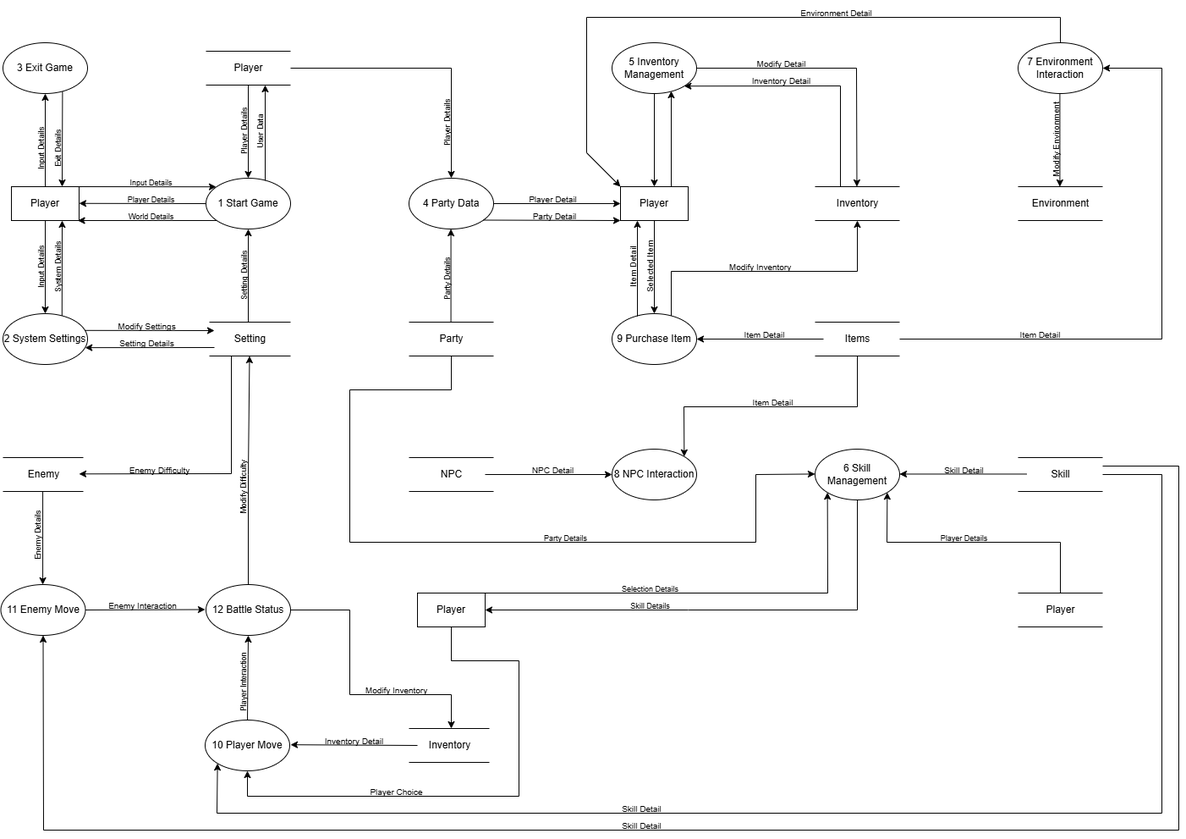
Earlier version of the draw.io export 01 Project Artefact/03 Design/DFD/DFD1.drawio.png (PrabalGurung/FYP-PrabalGurung). Source tidied: cells renumbered, new cells last; positions are measured from the earlier drawing's top-left corner, leaving out a move shared by most shapes.
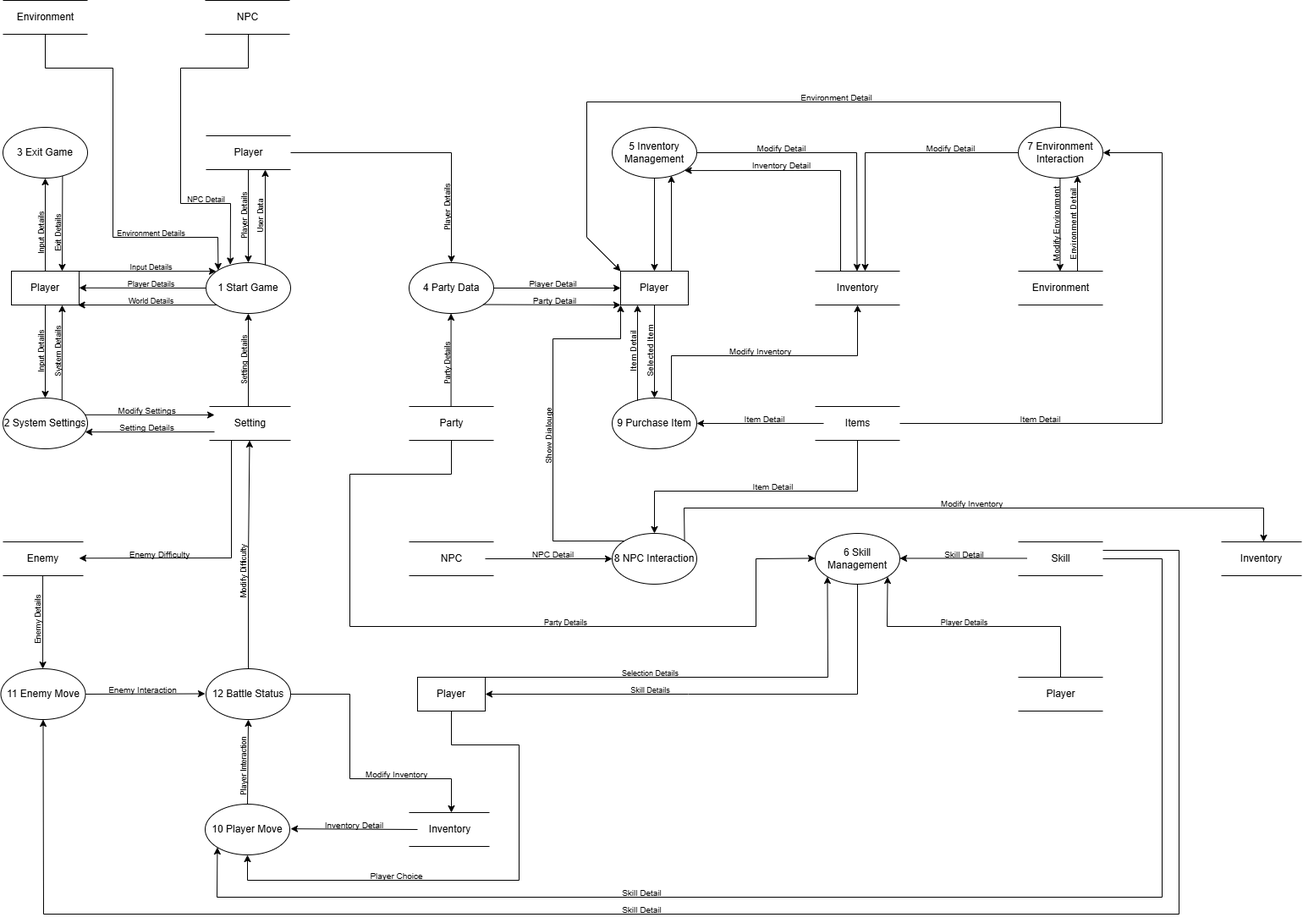
Later version of the same file.

The edit, as a diff of the source:
```diff
@@ -381,12 +381,12 @@
     <mxCell id="95" value="&lt;font size=&quot;1&quot;&gt;Modify Inventory&lt;/font&gt;" style="text;html=1;align=center;verticalAlign=middle;strokeColor=none;fillColor=none;" parent="1" vertex="1">
       <mxGeometry x="847" y="300" width="100" height="30" as="geometry" />
     </mxCell>
-    <mxCell id="96" style="endArrow=classic;html=1;rounded=0;entryX=1;entryY=0;entryDx=0;entryDy=0;" parent="1" edge="1" target="6">
+    <mxCell id="96" style="endArrow=classic;html=1;rounded=0;entryX=0.5;entryY=0;entryDx=0;entryDy=0;" parent="1" edge="1" target="6">
       <mxGeometry relative="1" as="geometry">
         <mxPoint x="1012" y="420" as="sourcePoint" />
         <Array as="points">
           <mxPoint x="1012" y="480" />
-          <mxPoint x="807" y="480" />
+          <mxPoint x="772" y="480" />
         </Array>
       </mxGeometry>
     </mxCell>
@@ -654,5 +654,131 @@
     <mxCell id="146" value="&lt;font size=&quot;1&quot;&gt;Skill Detail&lt;/font&gt;" style="text;html=1;align=center;verticalAlign=middle;strokeColor=none;fillColor=none;" parent="1" vertex="1">
       <mxGeometry x="722" y="960" width="70" height="30" as="geometry" />
     </mxCell>
+    <mxCell id="147" style="group;" parent="1" vertex="1">
+      <mxGeometry x="241" y="-100" width="120" height="40" as="geometry" />
+    </mxCell>
+    <mxCell id="148" style="endArrow=none;html=1;rounded=0;" parent="147" edge="1">
+      <mxGeometry relative="1" as="geometry">
+        <mxPoint as="sourcePoint" />
+        <mxPoint x="100" as="targetPoint" />
+      </mxGeometry>
+    </mxCell>
+    <mxCell id="149" style="endArrow=none;html=1;rounded=0;" parent="147" edge="1">
+      <mxGeometry relative="1" as="geometry">
+        <mxPoint y="40" as="sourcePoint" />
+        <mxPoint x="100" y="40" as="targetPoint" />
+      </mxGeometry>
+    </mxCell>
+    <mxCell id="150" value="NPC" style="text;html=1;align=center;verticalAlign=middle;strokeColor=none;fillColor=none;" parent="147" vertex="1">
+      <mxGeometry x="25" y="5" width="50" height="30" as="geometry" />
+    </mxCell>
+    <mxCell id="151" style="group;" parent="1" vertex="1">
+      <mxGeometry x="2" y="-100" width="100" height="40" as="geometry" />
+    </mxCell>
+    <mxCell id="152" style="endArrow=none;html=1;rounded=0;" parent="151" edge="1">
+      <mxGeometry relative="1" as="geometry">
+        <mxPoint as="sourcePoint" />
+        <mxPoint x="100" as="targetPoint" />
+      </mxGeometry>
+    </mxCell>
+    <mxCell id="153" style="endArrow=none;html=1;rounded=0;" parent="151" edge="1">
+      <mxGeometry relative="1" as="geometry">
+        <mxPoint y="40" as="sourcePoint" />
+        <mxPoint x="100" y="40" as="targetPoint" />
+      </mxGeometry>
+    </mxCell>
+    <mxCell id="154" value="Environment" style="text;html=1;align=center;verticalAlign=middle;points=[];strokeColor=none;fillColor=none;" parent="151" vertex="1">
+      <mxGeometry x="5" y="5" width="90" height="30" as="geometry" />
+    </mxCell>
+    <mxCell id="155" style="endArrow=classic;html=1;rounded=0;entryX=0;entryY=0;entryDx=0;entryDy=0;exitX=0.5;exitY=1.167;exitDx=0;exitDy=0;exitPerimeter=0;" parent="1" edge="1" source="154" target="3">
+      <mxGeometry relative="1" as="geometry">
+        <Array as="points">
+          <mxPoint x="52" y="-20" />
+          <mxPoint x="132" y="-20" />
+          <mxPoint x="132" y="180" />
+          <mxPoint x="256" y="180" />
+        </Array>
+      </mxGeometry>
+    </mxCell>
+    <mxCell id="156" style="endArrow=classic;html=1;rounded=0;entryX=0.287;entryY=0.041;entryDx=0;entryDy=0;entryPerimeter=0;" parent="1" edge="1" target="3">
+      <mxGeometry relative="1" as="geometry">
+        <mxPoint x="292" y="-60" as="sourcePoint" />
+        <Array as="points">
+          <mxPoint x="292" y="-20" />
+          <mxPoint x="212" y="-20" />
+          <mxPoint x="212" y="140" />
+          <mxPoint x="271" y="140" />
+        </Array>
+      </mxGeometry>
+    </mxCell>
+    <mxCell id="157" value="&lt;font style=&quot;font-size: 9px;&quot;&gt;Environment Details&lt;/font&gt;" style="text;html=1;align=center;verticalAlign=middle;strokeColor=none;fillColor=none;" parent="1" vertex="1">
+      <mxGeometry x="127" y="160" width="100" height="30" as="geometry" />
+    </mxCell>
+    <mxCell id="158" value="&lt;font style=&quot;font-size: 9px;&quot;&gt;NPC Detail&lt;/font&gt;" style="text;html=1;align=center;verticalAlign=middle;strokeColor=none;fillColor=none;" parent="1" vertex="1">
+      <mxGeometry x="207" y="120" width="70" height="30" as="geometry" />
+    </mxCell>
+    <mxCell id="159" style="endArrow=classic;html=1;rounded=0;exitX=0;exitY=0;exitDx=0;exitDy=0;" parent="1" edge="1" source="6">
+      <mxGeometry relative="1" as="geometry">
+        <mxPoint x="732" y="260" as="targetPoint" />
+        <Array as="points">
+          <mxPoint x="652" y="539" />
+          <mxPoint x="652" y="300" />
+          <mxPoint x="732" y="300" />
+        </Array>
+      </mxGeometry>
+    </mxCell>
+    <mxCell id="160" value="&lt;font size=&quot;1&quot;&gt;Show Dialouge&lt;/font&gt;" style="text;html=1;align=center;verticalAlign=middle;strokeColor=none;fillColor=none;rotation=-90;" parent="1" vertex="1">
+      <mxGeometry x="602" y="400" width="90" height="30" as="geometry" />
+    </mxCell>
+    <mxCell id="161" style="group;" parent="1" vertex="1">
+      <mxGeometry x="1442" y="540" width="95" height="40" as="geometry" />
+    </mxCell>
+    <mxCell id="162" style="endArrow=none;html=1;rounded=0;" parent="161" edge="1">
+      <mxGeometry relative="1" as="geometry">
+        <mxPoint as="sourcePoint" />
+        <mxPoint x="95" as="targetPoint" />
+      </mxGeometry>
+    </mxCell>
+    <mxCell id="163" style="endArrow=none;html=1;rounded=0;" parent="161" edge="1">
+      <mxGeometry relative="1" as="geometry">
+        <mxPoint y="40" as="sourcePoint" />
+        <mxPoint x="95" y="40" as="targetPoint" />
+      </mxGeometry>
+    </mxCell>
+    <mxCell id="164" value="Inventory" style="text;html=1;align=center;verticalAlign=middle;strokeColor=none;fillColor=none;" parent="161" vertex="1">
+      <mxGeometry x="14.2" y="5" width="66.5" height="30" as="geometry" />
+    </mxCell>
+    <mxCell id="165" style="endArrow=classic;html=1;rounded=0;exitX=1;exitY=0;exitDx=0;exitDy=0;" parent="1" edge="1" source="6">
+      <mxGeometry relative="1" as="geometry">
+        <mxPoint x="1492" y="540" as="targetPoint" />
+        <Array as="points">
+          <mxPoint x="807" y="500" />
+          <mxPoint x="1492" y="500" />
+        </Array>
+      </mxGeometry>
+    </mxCell>
+    <mxCell id="166" value="&lt;font size=&quot;1&quot;&gt;Modify Inventory&lt;/font&gt;" style="text;html=1;align=center;verticalAlign=middle;strokeColor=none;fillColor=none;" parent="1" vertex="1">
+      <mxGeometry x="1097" y="480" width="100" height="30" as="geometry" />
+    </mxCell>
+    <mxCell id="167" style="endArrow=classic;html=1;rounded=0;exitX=0;exitY=0.5;exitDx=0;exitDy=0;" parent="1" edge="1" source="7">
+      <mxGeometry relative="1" as="geometry">
+        <mxPoint x="1021" y="220" as="targetPoint" />
+        <Array as="points">
+          <mxPoint x="1021" y="80" />
+        </Array>
+      </mxGeometry>
+    </mxCell>
+    <mxCell id="168" value="&lt;font size=&quot;1&quot;&gt;Modify Detail&lt;/font&gt;" style="text;html=1;align=center;verticalAlign=middle;strokeColor=none;fillColor=none;" parent="1" vertex="1">
+      <mxGeometry x="1082" y="60" width="80" height="30" as="geometry" />
+    </mxCell>
+    <mxCell id="169" style="endArrow=classic;html=1;rounded=0;" parent="1" edge="1">
+      <mxGeometry relative="1" as="geometry">
+        <mxPoint x="1272" y="220" as="sourcePoint" />
+        <mxPoint x="1272" y="107" as="targetPoint" />
+      </mxGeometry>
+    </mxCell>
+    <mxCell id="170" value="&lt;font size=&quot;1&quot;&gt;Environment Detail&lt;/font&gt;" style="text;html=1;align=center;verticalAlign=middle;strokeColor=none;fillColor=none;rotation=-90;" parent="1" vertex="1">
+      <mxGeometry x="1212" y="150" width="110" height="30" as="geometry" />
+    </mxCell>
   </root>
 </mxGraphModel>
```
